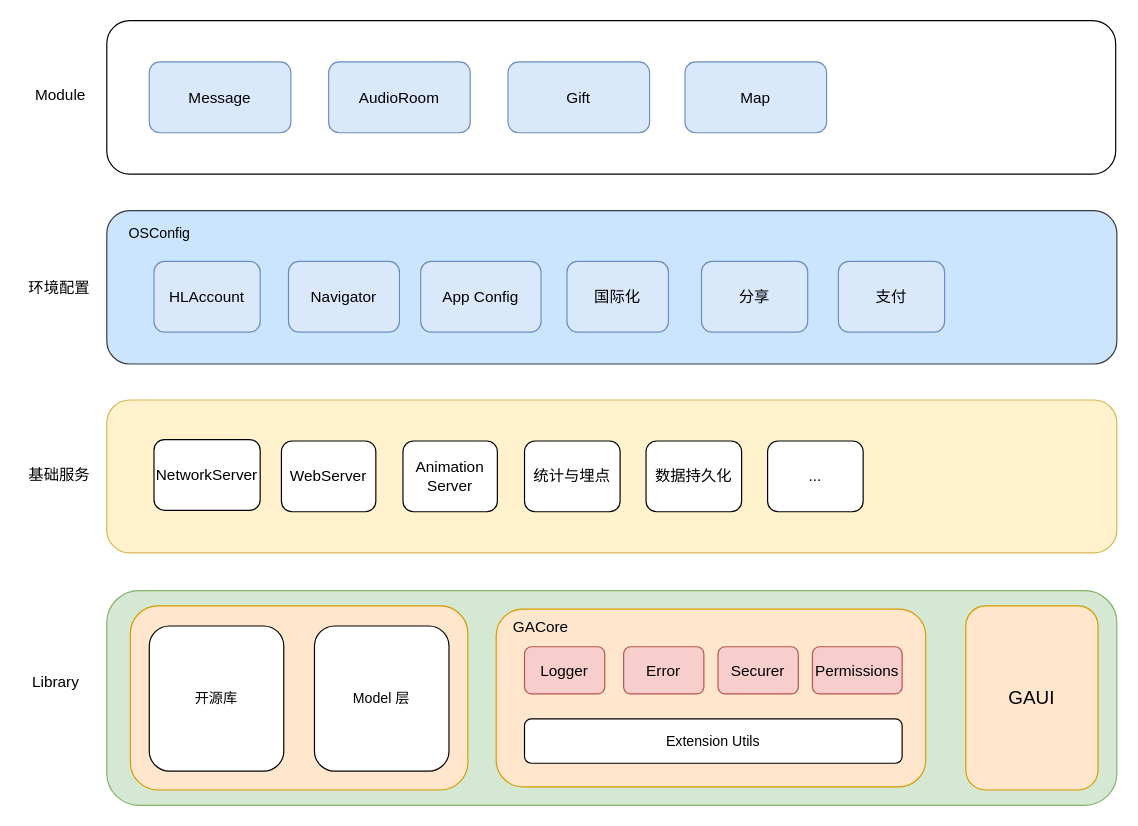
Earlier version of the draw.io diagram diagrams/Hala3.0.drawio (ygg29/UML). Source tidied: cells renumbered, new cells numbered last; positions are measured from the earlier drawing's top-left corner, leaving out a move shared by most shapes. Both pictures are drawn from the tidied source at 118%, with x=0, y=0 at pixel (20, 20).
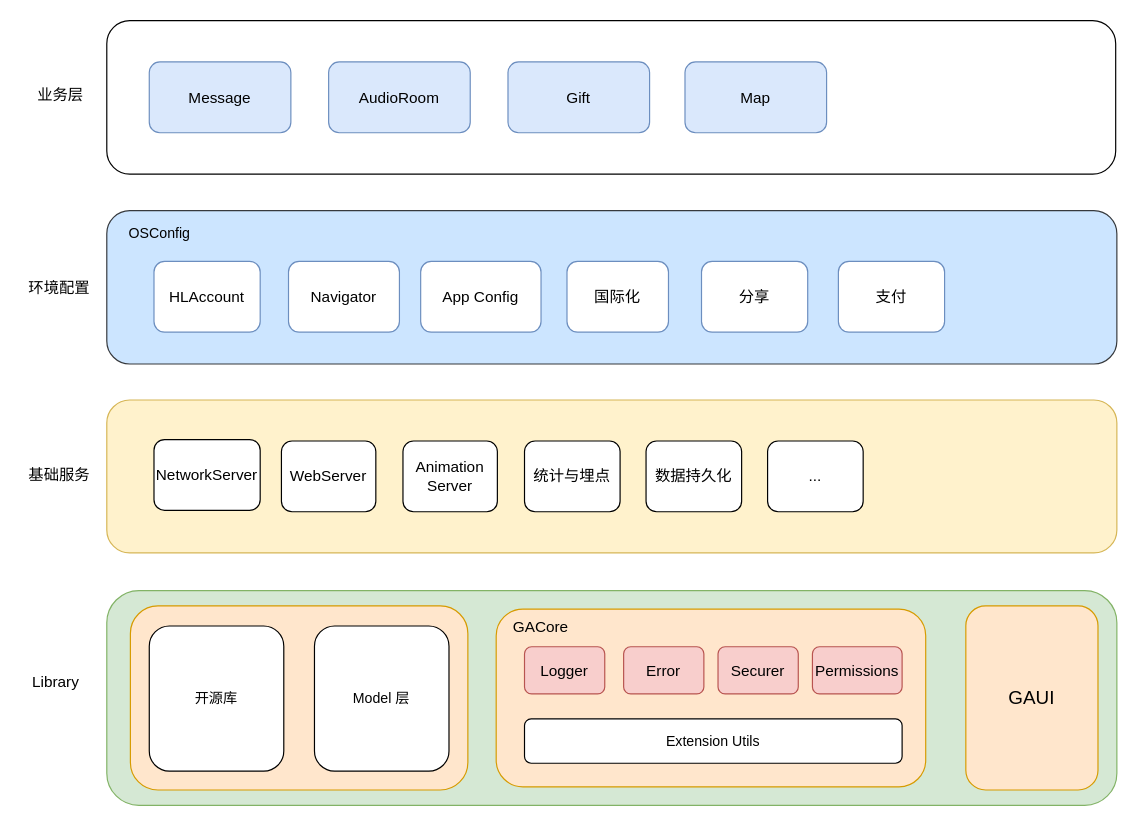
After the change.

Diff of the diagram source:
```diff
@@
-    <mxCell id="11" value="HLAccount" style="rounded=1;whiteSpace=wrap;html=1;fontSize=13;strokeColor=#6c8ebf;fillColor=#dae8fc;" parent="1" vertex="1">
+    <mxCell id="11" value="HLAccount" style="rounded=1;whiteSpace=wrap;html=1;fontSize=13;strokeColor=#6c8ebf;fillColor=#FFFFFF;" parent="1" vertex="1">
       <mxGeometry x="113" y="204" width="90" height="60" as="geometry" />
     </mxCell>
-    <mxCell id="12" value="国际化" style="rounded=1;whiteSpace=wrap;html=1;fontSize=13;strokeColor=#6c8ebf;fillColor=#dae8fc;" parent="1" vertex="1">
+    <mxCell id="12" value="国际化" style="rounded=1;whiteSpace=wrap;html=1;fontSize=13;strokeColor=#6c8ebf;fillColor=#FFFFFF;" parent="1" vertex="1">
       <mxGeometry x="463" y="204" width="86" height="60" as="geometry" />
     </mxCell>
-    <mxCell id="13" value="Navigator" style="rounded=1;whiteSpace=wrap;html=1;fontSize=13;strokeColor=#6c8ebf;fillColor=#dae8fc;" parent="1" vertex="1">
+    <mxCell id="13" value="Navigator" style="rounded=1;whiteSpace=wrap;html=1;fontSize=13;strokeColor=#6c8ebf;fillColor=#FFFFFF;" parent="1" vertex="1">
       <mxGeometry x="227" y="204" width="94" height="60" as="geometry" />
     </mxCell>
-    <mxCell id="14" value="App Config" style="rounded=1;whiteSpace=wrap;html=1;fontSize=13;strokeColor=#6c8ebf;fillColor=#dae8fc;" parent="1" vertex="1">
+    <mxCell id="14" value="App Config" style="rounded=1;whiteSpace=wrap;html=1;fontSize=13;strokeColor=#6c8ebf;fillColor=#FFFFFF;" parent="1" vertex="1">
       <mxGeometry x="339" y="204" width="102" height="60" as="geometry" />
     </mxCell>
@@
-    <mxCell id="16" value="Module" style="text;html=1;strokeColor=none;fillColor=none;align=center;verticalAlign=middle;whiteSpace=wrap;rounded=0;fontSize=13;" parent="1" vertex="1">
+    <mxCell id="16" value="业务层" style="text;html=1;strokeColor=none;fillColor=none;align=center;verticalAlign=middle;whiteSpace=wrap;rounded=0;fontSize=13;" parent="1" vertex="1">
       <mxGeometry x="4" y="48" width="60" height="30" as="geometry" />
     </mxCell>
@@
-    <mxCell id="40" value="分享" style="rounded=1;whiteSpace=wrap;html=1;fontSize=13;strokeColor=#6c8ebf;fillColor=#dae8fc;" parent="1" vertex="1">
+    <mxCell id="40" value="分享" style="rounded=1;whiteSpace=wrap;html=1;fontSize=13;strokeColor=#6c8ebf;fillColor=#FFFFFF;" parent="1" vertex="1">
       <mxGeometry x="577" y="204" width="90" height="60" as="geometry" />
     </mxCell>
-    <mxCell id="41" value="支付" style="rounded=1;whiteSpace=wrap;html=1;fontSize=13;strokeColor=#6c8ebf;fillColor=#dae8fc;" parent="1" vertex="1">
+    <mxCell id="41" value="支付" style="rounded=1;whiteSpace=wrap;html=1;fontSize=13;strokeColor=#6c8ebf;fillColor=#FFFFFF;" parent="1" vertex="1">
       <mxGeometry x="693" y="204" width="90" height="60" as="geometry" />
     </mxCell>
```
